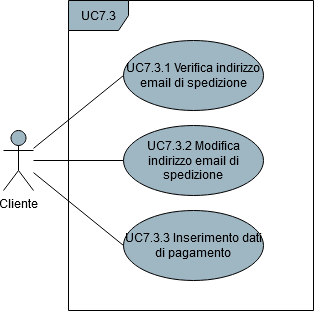
Omicron-Team/Documentazione keeps this draw.io diagram as DocumentazioneEsterna/AnalisiDeiRequisiti/res/UseCase/Immagini/InserimentoDatiAcquisto.png. Above is the earlier version. Source tidied: cells renumbered, new cells last; positions are measured from the earlier drawing's top-left corner, leaving out a move shared by most shapes.
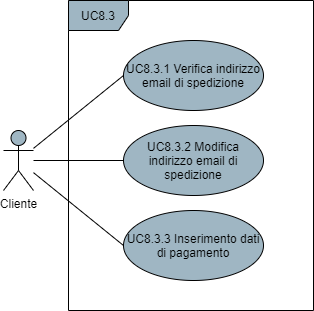
The same file after the commit.

Diff of the diagram source:
```diff
@@ -11,16 +11,16 @@
     <mxCell id="4" value="Cliente" style="shape=umlActor;verticalLabelPosition=bottom;verticalAlign=top;html=1;fillColor=#9FB6C3;" parent="1" vertex="1">
       <mxGeometry y="130" width="30" height="60" as="geometry" />
     </mxCell>
-    <mxCell id="5" value="UC7.3" style="shape=umlFrame;whiteSpace=wrap;html=1;fillColor=#9FB6C3;" parent="1" vertex="1">
+    <mxCell id="5" value="UC8.3" style="shape=umlFrame;whiteSpace=wrap;html=1;fillColor=#9FB6C3;" parent="1" vertex="1">
       <mxGeometry x="65" width="245" height="310" as="geometry" />
     </mxCell>
-    <mxCell id="6" value="UC7.3.2 Modifica indirizzo email di spedizione" style="ellipse;whiteSpace=wrap;html=1;fillColor=#9FB6C3;" parent="1" vertex="1">
+    <mxCell id="6" value="UC8.3.2 Modifica indirizzo email di spedizione" style="ellipse;whiteSpace=wrap;html=1;fillColor=#9FB6C3;" parent="1" vertex="1">
       <mxGeometry x="120" y="125" width="140" height="70" as="geometry" />
     </mxCell>
-    <mxCell id="7" value="UC7.3.3 Inserimento dati di pagamento" style="ellipse;whiteSpace=wrap;html=1;fillColor=#9FB6C3;" parent="1" vertex="1">
+    <mxCell id="7" value="UC8.3.3 Inserimento dati di pagamento" style="ellipse;whiteSpace=wrap;html=1;fillColor=#9FB6C3;" parent="1" vertex="1">
       <mxGeometry x="120" y="210" width="140" height="70" as="geometry" />
     </mxCell>
-    <mxCell id="8" value="UC7.3.1 Verifica indirizzo email di spedizione" style="ellipse;whiteSpace=wrap;html=1;fillColor=#9FB6C3;" parent="1" vertex="1">
+    <mxCell id="8" value="UC8.3.1 Verifica indirizzo email di spedizione" style="ellipse;whiteSpace=wrap;html=1;fillColor=#9FB6C3;" parent="1" vertex="1">
       <mxGeometry x="120" y="40" width="140" height="70" as="geometry" />
     </mxCell>
     <mxCell id="9" style="edgeStyle=none;rounded=0;jettySize=auto;html=1;entryX=0;entryY=0.5;entryDx=0;entryDy=0;endArrow=none;endFill=0;endSize=10;" parent="1" edge="1" source="4" target="8">
```
